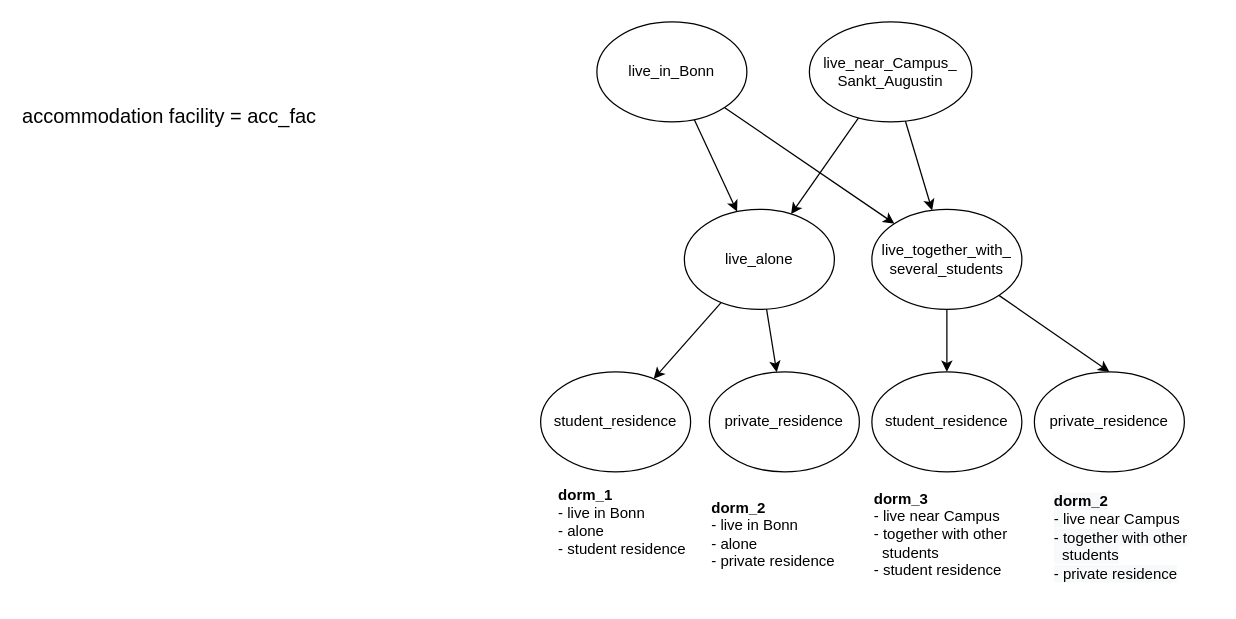
Before: project/BayesianNetwork.drawio in DaniAffCH/hcir-assignments, a draw.io diagram. Source tidied: cells renumbered, new cells numbered last; positions are measured from the earlier drawing's top-left corner, leaving out a move shared by most shapes. Both pictures are drawn from the tidied source at 125%, with x=0, y=0 at pixel (21, 21).
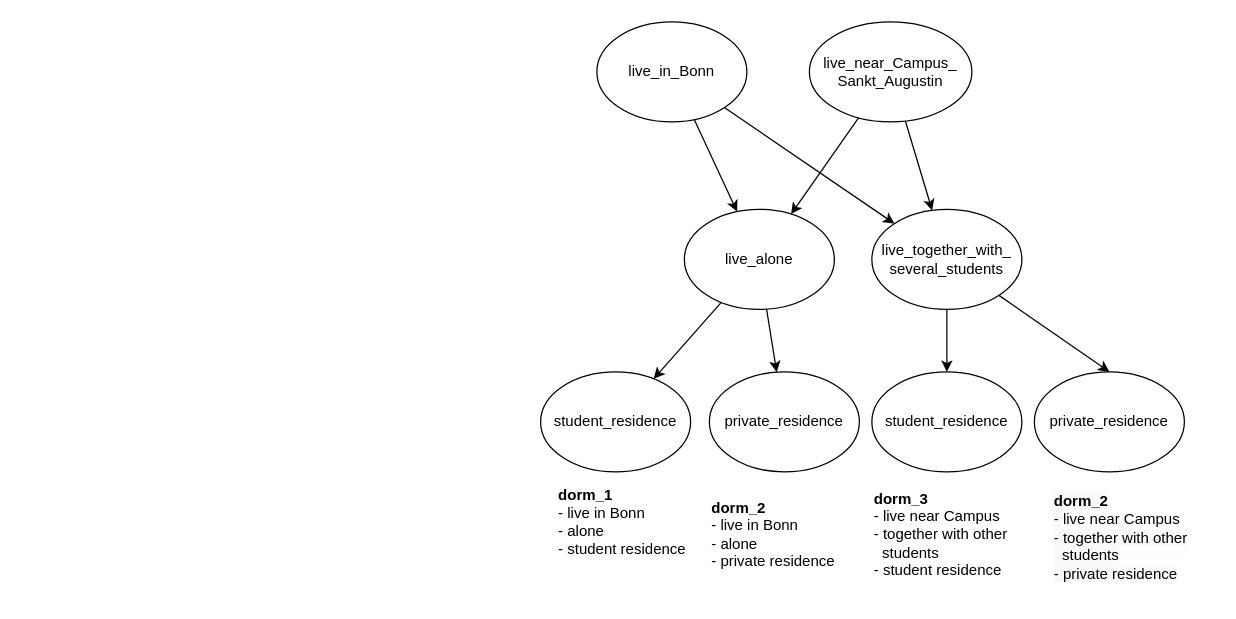
Above is the later version.

What changed in the source:
```diff
@@
-    <mxCell id="2" value="&lt;span style=&quot;font-size: 12pt ; font-family: &amp;#34;dejavusans&amp;#34;&quot;&gt;accommodation facility = acc_fac&amp;nbsp;&lt;/span&gt;&lt;br&gt;&lt;div class=&quot;page&quot; title=&quot;Page 1&quot;&gt;&lt;div class=&quot;layoutArea&quot;&gt;&lt;div class=&quot;column&quot;&gt;&lt;font face=&quot;dejavusans&quot;&gt;&lt;span style=&quot;font-size: 14.6667px&quot;&gt;&lt;br&gt;&lt;/span&gt;&lt;/font&gt;&lt;ol&gt;&lt;br&gt;&#9;&#9;&#9;&#9;&#9;&lt;/ol&gt;&lt;br&gt;&#9;&#9;&#9;&#9;&lt;/div&gt;&lt;br&gt;&#9;&#9;&#9;&lt;/div&gt;&lt;br&gt;&#9;&#9;&lt;/div&gt;" style="text;html=1;align=center;verticalAlign=middle;strokeColor=none;fillColor=none;" parent="1" vertex="1">
-      <mxGeometry y="70" width="240" height="110" as="geometry" />
-    </mxCell>
```
